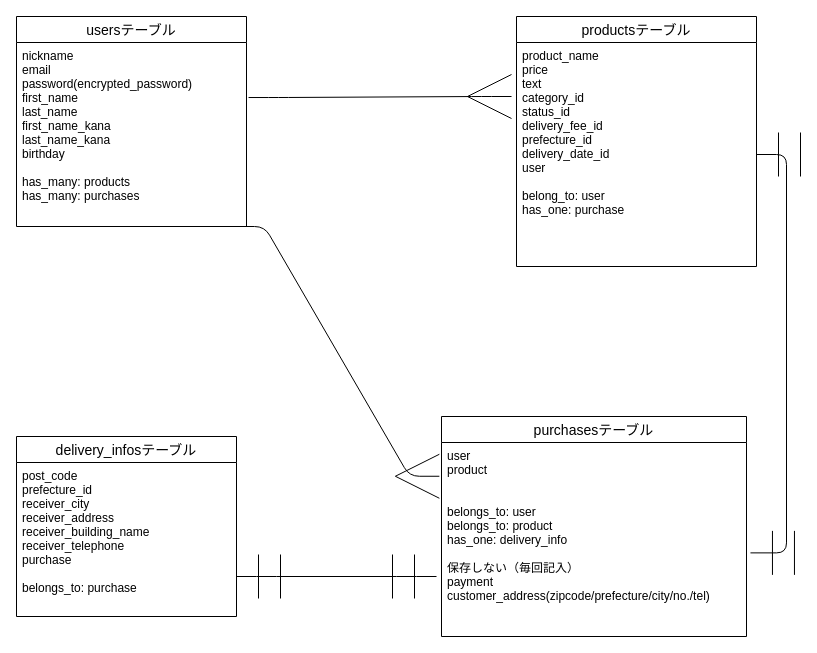
Before: database.dio in dodompa625/furima-35353, a draw.io diagram. Source tidied: cells renumbered, new cells numbered last; positions are measured from the earlier drawing's top-left corner, leaving out a move shared by most shapes. Both pictures are drawn from the tidied source at 100%, with x=0, y=0 at pixel (16, 16).
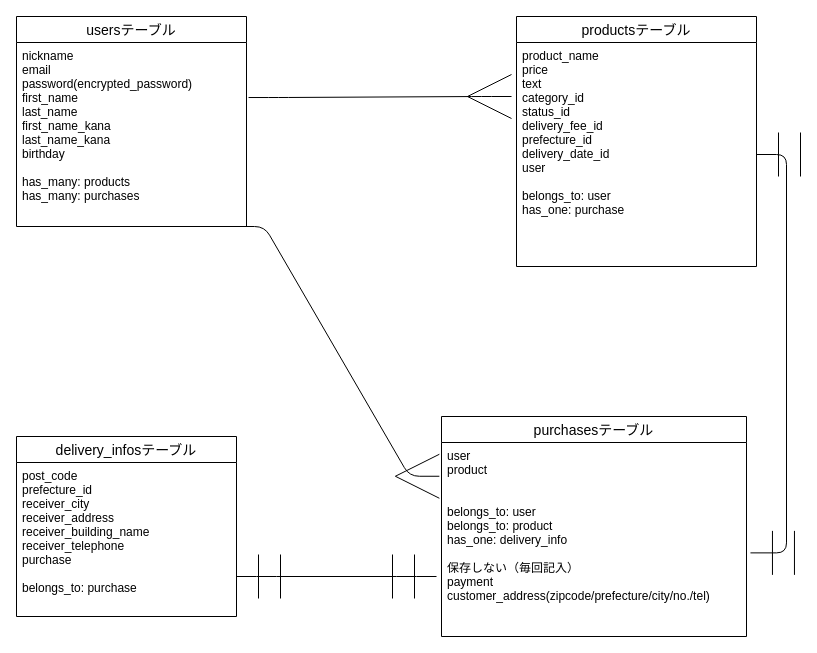
Above is the later version.

Commit message:
データベース設計　改訂

Diff of the diagram source:
```diff
@@
 <mxGraphModel>
   <root>
     <mxCell id="0" />
     <mxCell id="1" parent="0" />
     <mxCell id="2" value="usersテーブル" style="swimlane;fontStyle=0;horizontal=1;startSize=26;align=center;fontSize=14;direction=east;" parent="1" vertex="1">
       <mxGeometry width="230" height="210" as="geometry" />
     </mxCell>
     <mxCell id="3" value="nickname&#10;email&#10;password(encrypted_password)&#10;first_name&#10;last_name&#10;first_name_kana&#10;last_name_kana&#10;birthday&#10;&#10;has_many: products&#10;has_many: purchases&#10;" style="text;strokeColor=none;fillColor=none;spacingLeft=4;spacingRight=4;overflow=hidden;points=[[0,0.5],[1,0.5]];portConstraint=eastwest;fontSize=12;" parent="2" vertex="1">
       <mxGeometry y="26" width="230" height="184" as="geometry" />
     </mxCell>
     <mxCell id="4" value="productsテーブル" style="swimlane;fontStyle=0;horizontal=1;startSize=26;align=center;fontSize=14;" parent="1" vertex="1">
       <mxGeometry x="500" width="240" height="250" as="geometry" />
     </mxCell>
-    <mxCell id="5" value="product_name&#10;price&#10;text&#10;category_id&#10;status_id&#10;delivery_fee_id&#10;prefecture_id&#10;delivery_date_id&#10;user&#10;&#10;belong_to: user&#10;has_one: purchase" style="text;strokeColor=none;fillColor=none;spacingLeft=4;spacingRight=4;overflow=hidden;points=[[0,0.5],[1,0.5]];portConstraint=eastwest;fontSize=12;" parent="4" vertex="1">
+    <mxCell id="5" value="product_name&#10;price&#10;text&#10;category_id&#10;status_id&#10;delivery_fee_id&#10;prefecture_id&#10;delivery_date_id&#10;user&#10;&#10;belongs_to: user&#10;has_one: purchase" style="text;strokeColor=none;fillColor=none;spacingLeft=4;spacingRight=4;overflow=hidden;points=[[0,0.5],[1,0.5]];portConstraint=eastwest;fontSize=12;" parent="4" vertex="1">
       <mxGeometry y="26" width="240" height="224" as="geometry" />
     </mxCell>
     <mxCell id="6" style="edgeStyle=entityRelationEdgeStyle;fontSize=12;html=1;endArrow=ERmany;startSize=42;endSize=42;exitX=1.009;exitY=0.299;exitDx=0;exitDy=0;exitPerimeter=0;" parent="1" edge="1" source="3">
       <mxGeometry relative="1" as="geometry">
         <mxPoint x="495" y="80" as="targetPoint" />
       </mxGeometry>
     </mxCell>
     <mxCell id="7" value="purchasesテーブル" style="swimlane;fontStyle=0;horizontal=1;startSize=26;align=center;fontSize=14;" parent="1" vertex="1">
       <mxGeometry x="425" y="400" width="305" height="220" as="geometry" />
     </mxCell>
     <mxCell id="8" value="user&#10;product&#10;&#10;&#10;belongs_to: user&#10;belongs_to: product&#10;has_one: delivery_info&#10;&#10;保存しない（毎回記入）&#10;payment&#10;customer_address(zipcode/prefecture/city/no./tel)" style="text;strokeColor=none;fillColor=none;spacingLeft=4;spacingRight=4;overflow=hidden;points=[[0,0.5],[1,0.5]];portConstraint=eastwest;fontSize=12;" parent="7" vertex="1">
       <mxGeometry y="26" width="305" height="194" as="geometry" />
     </mxCell>
     <mxCell id="9" value="delivery_infosテーブル" style="swimlane;fontStyle=0;horizontal=1;startSize=26;align=center;fontSize=14;" parent="1" vertex="1">
       <mxGeometry y="420" width="220" height="180" as="geometry" />
     </mxCell>
     <mxCell id="10" value="post_code&#10;prefecture_id&#10;receiver_city&#10;receiver_address&#10;receiver_building_name&#10;receiver_telephone&#10;purchase&#10;&#10;belongs_to: purchase" style="text;strokeColor=none;fillColor=none;spacingLeft=4;spacingRight=4;overflow=hidden;fontSize=12;" parent="9" vertex="1">
       <mxGeometry y="26" width="220" height="154" as="geometry" />
     </mxCell>
     <mxCell id="11" style="edgeStyle=entityRelationEdgeStyle;fontSize=12;html=1;endArrow=ERmany;startSize=42;endSize=42;entryX=-0.007;entryY=0.174;entryDx=0;entryDy=0;entryPerimeter=0;exitX=0.948;exitY=1;exitDx=0;exitDy=0;exitPerimeter=0;" parent="1" edge="1" source="3" target="8">
       <mxGeometry relative="1" as="geometry" />
     </mxCell>
     <mxCell id="12" style="edgeStyle=entityRelationEdgeStyle;fontSize=12;html=1;endArrow=ERmandOne;startArrow=ERmandOne;startSize=42;endSize=42;exitX=1.013;exitY=0.569;exitDx=0;exitDy=0;exitPerimeter=0;" parent="1" edge="1" source="8" target="5">
       <mxGeometry relative="1" as="geometry" />
     </mxCell>
     <mxCell id="13" style="edgeStyle=entityRelationEdgeStyle;fontSize=12;html=1;endArrow=ERmandOne;startArrow=ERmandOne;startSize=42;endSize=42;" parent="1" edge="1">
       <mxGeometry relative="1" as="geometry">
         <mxPoint x="220" y="560" as="sourcePoint" />
         <mxPoint x="420" y="560" as="targetPoint" />
       </mxGeometry>
     </mxCell>
   </root>
 </mxGraphModel>
```
